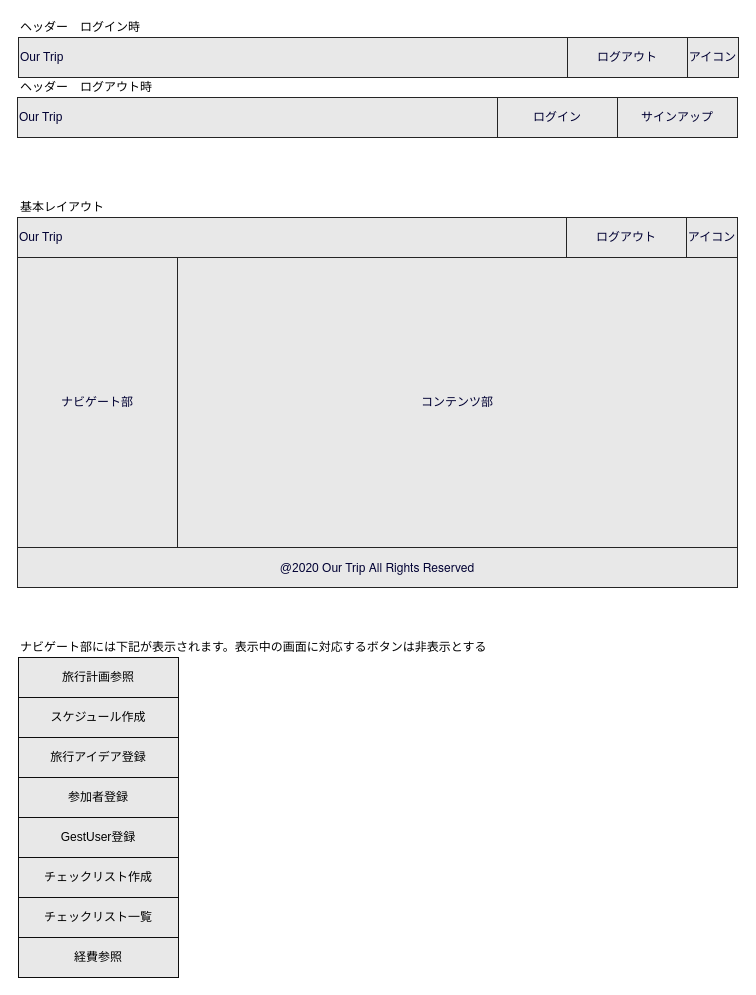
The draw.io diagram page "フッター&ヘッダー" (1 of 11) of doc/screen.dio in missyu3/our_trip, before the edit. Source tidied: cells renumbered, new cells numbered last; positions are measured from the earlier drawing's top-left corner, leaving out a move shared by most shapes. Both pictures are drawn from the tidied source at 100%, with x=0, y=0 at pixel (17, 17).
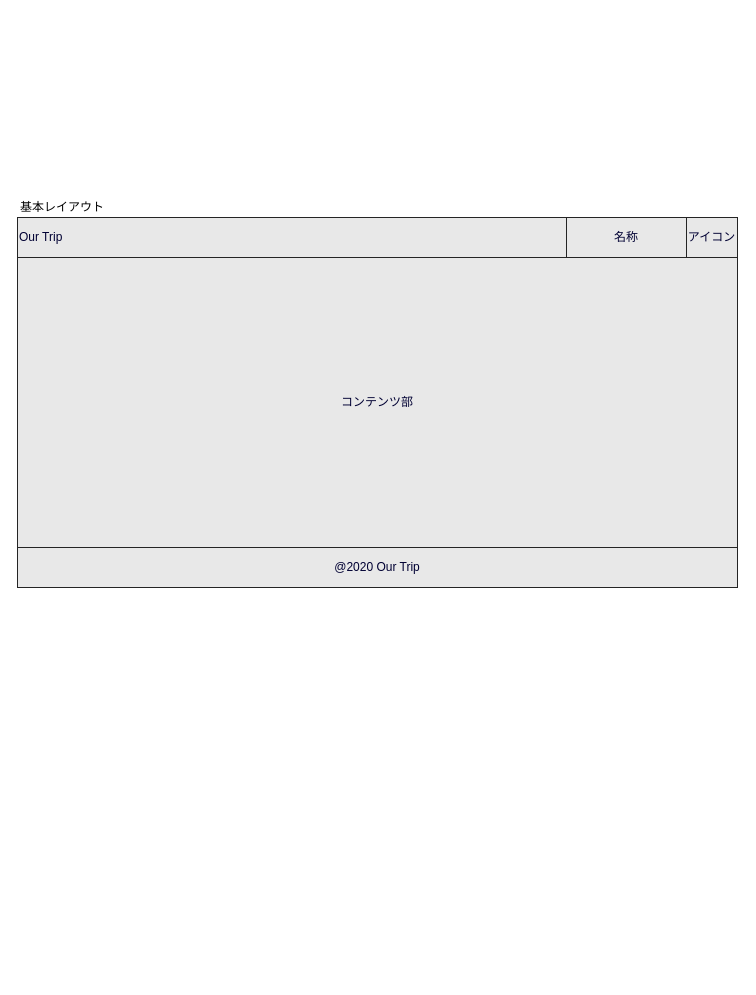
The same page after the edit.

What changed in the source:
```diff
@@
-    <mxCell id="2" value="ログイン" style="rounded=0;whiteSpace=wrap;html=1;fillColor=#E8E8E8;fontColor=#000033;strokeColor=#242424;" parent="1" vertex="1">
-      <mxGeometry x="480" y="80" width="120" height="40" as="geometry" />
-    </mxCell>
-    <mxCell id="3" value="サインアップ" style="rounded=0;whiteSpace=wrap;html=1;fillColor=#E8E8E8;fontColor=#000033;strokeColor=#242424;" parent="1" vertex="1">
-      <mxGeometry x="600" y="80" width="120" height="40" as="geometry" />
-    </mxCell>
-    <mxCell id="4" value="Our Trip" style="rounded=0;whiteSpace=wrap;html=1;fillColor=#E8E8E8;fontColor=#000033;strokeColor=#242424;align=left;" parent="1" vertex="1">
-      <mxGeometry y="80" width="480" height="40" as="geometry" />
-    </mxCell>
-    <mxCell id="5" value="@2020 Our Trip&amp;nbsp;&lt;span style=&quot;font-family: &amp;quot;helvetica neue&amp;quot;&quot;&gt;All Rights Reserved&lt;/span&gt;&lt;br&gt;" style="rounded=0;whiteSpace=wrap;html=1;fillColor=#E8E8E8;fontColor=#000033;strokeColor=#242424;align=center;" parent="1" vertex="1">
+    <mxCell id="5" value="@2020 Our Trip" style="rounded=0;whiteSpace=wrap;html=1;fillColor=#E8E8E8;fontColor=#000033;strokeColor=#242424;align=center;" parent="1" vertex="1">
       <mxGeometry y="530" width="720" height="40" as="geometry" />
     </mxCell>
-    <mxCell id="6" value="アイコン" style="rounded=0;whiteSpace=wrap;html=1;fillColor=#E8E8E8;fontColor=#000033;strokeColor=#242424;" parent="1" vertex="1">
-      <mxGeometry x="670" y="20" width="51" height="40" as="geometry" />
-    </mxCell>
-    <mxCell id="7" value="Our Trip" style="rounded=0;whiteSpace=wrap;html=1;fillColor=#E8E8E8;fontColor=#000033;strokeColor=#242424;align=left;" parent="1" vertex="1">
-      <mxGeometry x="1" y="20" width="669" height="40" as="geometry" />
-    </mxCell>
-    <mxCell id="8" value="ヘッダー　ログアウト時" style="text;html=1;align=left;verticalAlign=middle;" parent="1" vertex="1">
-      <mxGeometry x="1" y="60" width="130" height="20" as="geometry" />
-    </mxCell>
-    <mxCell id="9" value="ヘッダー　ログイン時" style="text;html=1;align=left;verticalAlign=middle;" parent="1" vertex="1">
-      <mxGeometry x="1" width="120" height="20" as="geometry" />
-    </mxCell>
-    <mxCell id="10" value="ログアウト" style="rounded=0;whiteSpace=wrap;html=1;fillColor=#E8E8E8;fontColor=#000033;strokeColor=#242424;" parent="1" vertex="1">
-      <mxGeometry x="550" y="20" width="120" height="40" as="geometry" />
-    </mxCell>
@@
     <mxCell id="12" value="コンテンツ部" style="rounded=0;whiteSpace=wrap;html=1;fillColor=#E8E8E8;fontColor=#000033;strokeColor=#242424;align=center;" parent="1" vertex="1">
-      <mxGeometry x="160" y="240" width="560" height="290" as="geometry" />
+      <mxGeometry y="240" width="720" height="290" as="geometry" />
     </mxCell>
-    <mxCell id="13" value="ナビゲート部" style="rounded=0;whiteSpace=wrap;html=1;fillColor=#E8E8E8;fontColor=#000033;strokeColor=#242424;align=center;" parent="1" vertex="1">
-      <mxGeometry y="240" width="160" height="290" as="geometry" />
-    </mxCell>
@@
-    <mxCell id="16" value="ログアウト" style="rounded=0;whiteSpace=wrap;html=1;fillColor=#E8E8E8;fontColor=#000033;strokeColor=#242424;" parent="1" vertex="1">
+    <mxCell id="16" value="名称" style="rounded=0;whiteSpace=wrap;html=1;fillColor=#E8E8E8;fontColor=#000033;strokeColor=#242424;" parent="1" vertex="1">
       <mxGeometry x="549" y="200" width="120" height="40" as="geometry" />
     </mxCell>
-    <mxCell id="17" value="&lt;span style=&quot;color: rgb(0, 0, 0);&quot;&gt;参加者登録&lt;/span&gt;" style="rounded=0;whiteSpace=wrap;html=1;fillColor=#E8E8E8;fontColor=#000033;strokeColor=#0D0D0D;align=center;verticalAlign=middle;" parent="1" vertex="1">
-      <mxGeometry x="1" y="760" width="160" height="40" as="geometry" />
-    </mxCell>
-    <mxCell id="18" value="&lt;span style=&quot;color: rgb(0 , 0 , 0)&quot;&gt;スケジュール作成&lt;/span&gt;" style="rounded=0;whiteSpace=wrap;html=1;fillColor=#E8E8E8;fontColor=#000033;strokeColor=#0D0D0D;align=center;verticalAlign=middle;" parent="1" vertex="1">
-      <mxGeometry x="1" y="680" width="160" height="40" as="geometry" />
-    </mxCell>
-    <mxCell id="19" value="&lt;span style=&quot;color: rgb(0 , 0 , 0)&quot;&gt;旅行アイデア登録&lt;/span&gt;" style="rounded=0;whiteSpace=wrap;html=1;fillColor=#E8E8E8;fontColor=#000033;strokeColor=#0D0D0D;align=center;verticalAlign=middle;" parent="1" vertex="1">
-      <mxGeometry x="1" y="720" width="160" height="40" as="geometry" />
-    </mxCell>
-    <mxCell id="20" value="&lt;span style=&quot;color: rgb(0, 0, 0);&quot;&gt;チェックリスト作成&lt;/span&gt;" style="rounded=0;whiteSpace=wrap;html=1;fillColor=#E8E8E8;fontColor=#000033;strokeColor=#0D0D0D;align=center;verticalAlign=middle;" parent="1" vertex="1">
-      <mxGeometry x="1" y="840" width="160" height="40" as="geometry" />
-    </mxCell>
-    <mxCell id="21" value="&lt;span style=&quot;color: rgb(0, 0, 0);&quot;&gt;チェックリスト一覧&lt;/span&gt;" style="rounded=0;whiteSpace=wrap;html=1;fillColor=#E8E8E8;fontColor=#000033;strokeColor=#0D0D0D;align=center;verticalAlign=middle;" parent="1" vertex="1">
-      <mxGeometry x="1" y="880" width="160" height="40" as="geometry" />
-    </mxCell>
-    <mxCell id="22" value="&lt;span style=&quot;color: rgb(0, 0, 0);&quot;&gt;経費参照&lt;/span&gt;" style="rounded=0;whiteSpace=wrap;html=1;fillColor=#E8E8E8;fontColor=#000033;strokeColor=#0D0D0D;align=center;verticalAlign=middle;" parent="1" vertex="1">
-      <mxGeometry x="1" y="920" width="160" height="40" as="geometry" />
-    </mxCell>
-    <mxCell id="23" value="&lt;span style=&quot;color: rgb(0 , 0 , 0)&quot;&gt;旅行計画参照&lt;/span&gt;" style="rounded=0;whiteSpace=wrap;html=1;fillColor=#E8E8E8;fontColor=#000033;strokeColor=#0D0D0D;align=center;verticalAlign=middle;" parent="1" vertex="1">
-      <mxGeometry x="1" y="640" width="160" height="40" as="geometry" />
-    </mxCell>
-    <mxCell id="24" value="ナビゲート部には下記が表示されます。表示中の画面に対応するボタンは非表示とする" style="text;html=1;align=left;verticalAlign=middle;" parent="1" vertex="1">
-      <mxGeometry x="1" y="620" width="480" height="20" as="geometry" />
-    </mxCell>
-    <mxCell id="25" value="&lt;span style=&quot;color: rgb(0 , 0 , 0)&quot;&gt;GestUser登録&lt;/span&gt;" style="rounded=0;whiteSpace=wrap;html=1;fillColor=#E8E8E8;fontColor=#000033;strokeColor=#0D0D0D;align=center;verticalAlign=middle;" parent="1" vertex="1">
-      <mxGeometry x="1" y="800" width="160" height="40" as="geometry" />
-    </mxCell>
```
